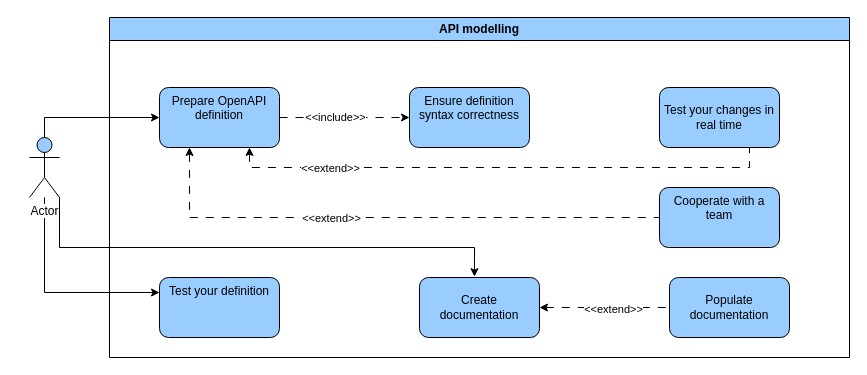
This is Untitled Diagram.drawio from dzasta997/test, a draw.io file, before an edit. Source tidied: cells renumbered, new cells numbered last; positions are measured from the earlier drawing's top-left corner, leaving out a move shared by most shapes. Both pictures are drawn from the tidied source at 100%, with x=0, y=0 at pixel (29, 17).
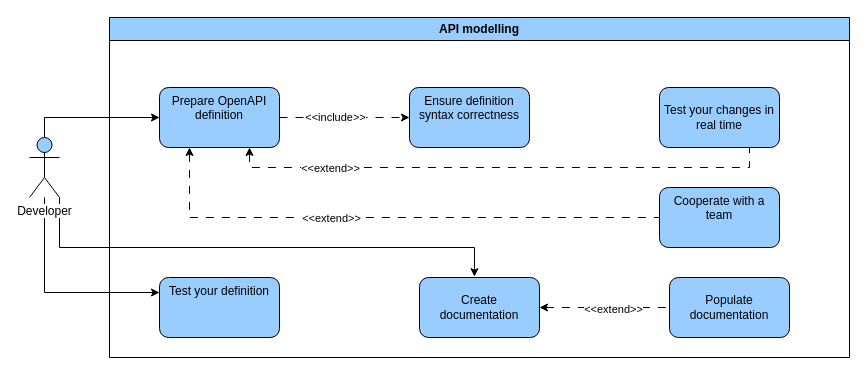
The same page after the edit.

What changed in the source:
```diff
@@
-    <mxCell id="21" value="&lt;span style=&quot;background-color: rgb(255, 255, 255);&quot;&gt;Actor&lt;/span&gt;" style="shape=umlActor;verticalLabelPosition=bottom;verticalAlign=top;html=1;outlineConnect=0;fillColor=#99CCFF;" parent="1" vertex="1">
+    <mxCell id="21" value="&lt;span style=&quot;background-color: rgb(255, 255, 255);&quot;&gt;Developer&lt;/span&gt;" style="shape=umlActor;verticalLabelPosition=bottom;verticalAlign=top;html=1;outlineConnect=0;fillColor=#99CCFF;" parent="1" vertex="1">
       <mxGeometry y="120" width="30" height="60" as="geometry" />
     </mxCell>
```
